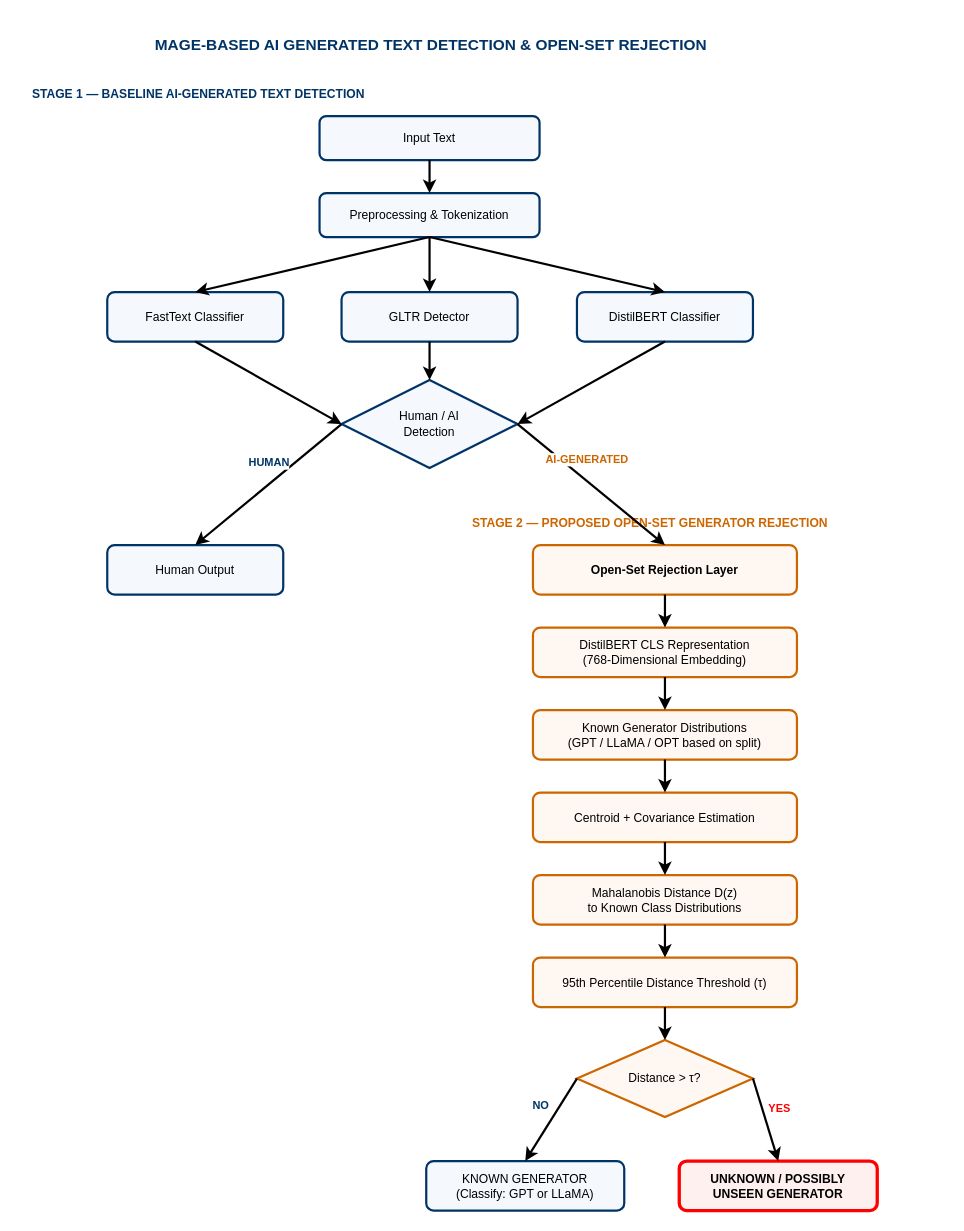
This is ourMiniBTP/architecture.drawio from wesley-2329/MAGE, a draw.io file, before an edit. Source tidied: cells renumbered, new cells numbered last; positions are measured from the earlier drawing's top-left corner, leaving out a move shared by most shapes. Both pictures are drawn from the tidied source at 110%, with x=0, y=0 at pixel (30, 28).
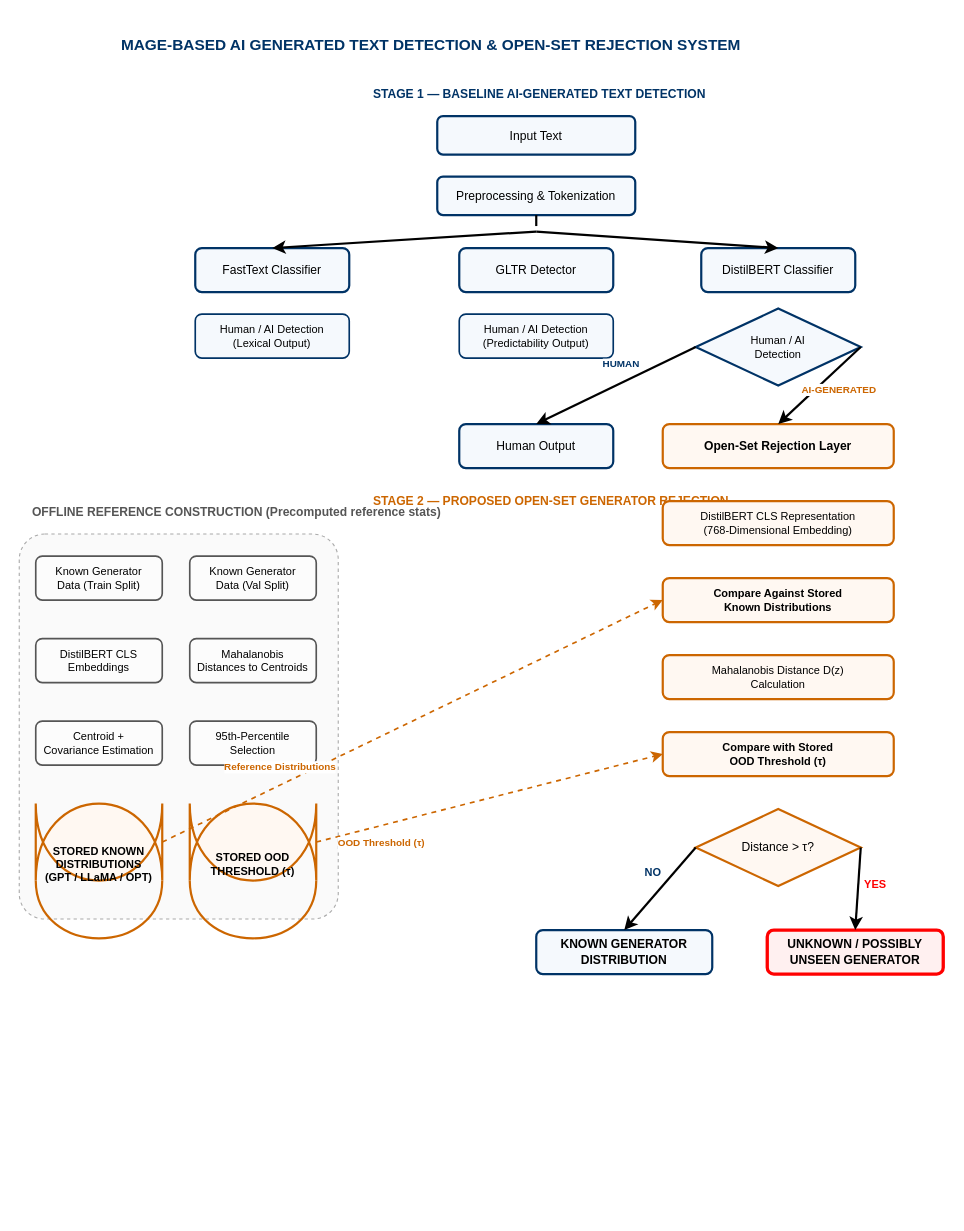
Above is the later version.

Commit message:
Update system architecture diagram with offline precomputation reference flows

Change to the diagram source:
```diff
@@
-    <mxCell id="2" value="MAGE-BASED AI GENERATED TEXT DETECTION &amp; OPEN-SET REJECTION" style="text;html=1;align=center;verticalAlign=middle;strokeColor=none;fillColor=none;fontSize=14;fontStyle=1;fontFamily=Helvetica;fontColor=#003366;" parent="1" vertex="1">
+    <mxCell id="2" value="MAGE-BASED AI GENERATED TEXT DETECTION &amp; OPEN-SET REJECTION SYSTEM" style="text;html=1;align=center;verticalAlign=middle;strokeColor=none;fillColor=none;fontSize=14;fontStyle=1;fontFamily=Helvetica;fontColor=#003366;" parent="1" vertex="1">
       <mxGeometry x="50" width="627" height="30" as="geometry" />
     </mxCell>
+    <mxCell id="38" value="OFFLINE REFERENCE CONSTRUCTION (Precomputed reference stats)" style="text;html=1;align=left;verticalAlign=middle;strokeColor=none;fillColor=none;fontSize=11;fontStyle=1;fontFamily=Helvetica;fontColor=#555555;" parent="1" vertex="1">
+      <mxGeometry y="430" width="400" height="20" as="geometry" />
+    </mxCell>
+    <mxCell id="39" style="rounded=1;arcSize=8;dashed=1;strokeColor=#aaaaaa;fillColor=#fafafa;strokeWidth=1;" parent="1" vertex="1">
+      <mxGeometry x="-10" y="460" width="290" height="350" as="geometry" />
+    </mxCell>
+    <mxCell id="40" value="Known Generator&#10;Data (Train Split)" style="rounded=1;whiteSpace=wrap;html=1;arcSize=15;strokeWidth=1.5;fontSize=10;fontFamily=Helvetica;strokeColor=#555555;fillColor=#fcfcfc;" parent="1" vertex="1">
+      <mxGeometry x="5" y="480" width="115" height="40" as="geometry" />
+    </mxCell>
+    <mxCell id="41" value="DistilBERT CLS&#10;Embeddings" style="rounded=1;whiteSpace=wrap;html=1;arcSize=15;strokeWidth=1.5;fontSize=10;fontFamily=Helvetica;strokeColor=#555555;fillColor=#fcfcfc;" parent="1" vertex="1">
+      <mxGeometry x="5" y="555" width="115" height="40" as="geometry" />
+    </mxCell>
+    <mxCell id="15" value="Centroid +&#10;Covariance Estimation" style="rounded=1;whiteSpace=wrap;html=1;arcSize=15;strokeWidth=1.5;fontSize=10;fontFamily=Helvetica;strokeColor=#555555;fillColor=#fcfcfc;" parent="1" vertex="1">
+      <mxGeometry x="5" y="630" width="115" height="40" as="geometry" />
+    </mxCell>
+    <mxCell id="42" value="STORED KNOWN&#10;DISTRIBUTIONS&#10;(GPT / LLaMA / OPT)" style="shape=cylinder;whiteSpace=wrap;html=1;boundedLbl=1;backgroundOutline=1;size=12;strokeWidth=2;fontSize=10;fontStyle=1;fontFamily=Helvetica;strokeColor=#cc6600;fillColor=#FFF8F2;" parent="1" vertex="1">
+      <mxGeometry x="5" y="705" width="115" height="70" as="geometry" />
+    </mxCell>
+    <mxCell id="43" value="Known Generator&#10;Data (Val Split)" style="rounded=1;whiteSpace=wrap;html=1;arcSize=15;strokeWidth=1.5;fontSize=10;fontFamily=Helvetica;strokeColor=#555555;fillColor=#fcfcfc;" parent="1" vertex="1">
+      <mxGeometry x="145" y="480" width="115" height="40" as="geometry" />
+    </mxCell>
+    <mxCell id="44" value="Mahalanobis&#10;Distances to Centroids" style="rounded=1;whiteSpace=wrap;html=1;arcSize=15;strokeWidth=1.5;fontSize=10;fontFamily=Helvetica;strokeColor=#555555;fillColor=#fcfcfc;" parent="1" vertex="1">
+      <mxGeometry x="145" y="555" width="115" height="40" as="geometry" />
+    </mxCell>
+    <mxCell id="45" value="95th-Percentile&#10;Selection" style="rounded=1;whiteSpace=wrap;html=1;arcSize=15;strokeWidth=1.5;fontSize=10;fontFamily=Helvetica;strokeColor=#555555;fillColor=#fcfcfc;" parent="1" vertex="1">
+      <mxGeometry x="145" y="630" width="115" height="40" as="geometry" />
+    </mxCell>
+    <mxCell id="46" value="STORED OOD&#10;THRESHOLD (τ)" style="shape=cylinder;whiteSpace=wrap;html=1;boundedLbl=1;backgroundOutline=1;size=12;strokeWidth=2;fontSize=10;fontStyle=1;fontFamily=Helvetica;strokeColor=#cc6600;fillColor=#FFF8F2;" parent="1" vertex="1">
+      <mxGeometry x="145" y="705" width="115" height="70" as="geometry" />
+    </mxCell>
+    <mxCell id="47" style="endArrow=classic;html=1;rounded=0;strokeWidth=1.5;exitX=0.5;exitY=1;entryX=0.5;entryY=0;" parent="1" edge="1" source="40" target="41" />
+    <mxCell id="48" style="endArrow=classic;html=1;rounded=0;strokeWidth=1.5;exitX=0.5;exitY=1;entryX=0.5;entryY=0;" parent="1" edge="1" source="41" target="15" />
+    <mxCell id="49" style="endArrow=classic;html=1;rounded=0;strokeWidth=1.5;exitX=0.5;exitY=1;entryX=0.5;entryY=0;" parent="1" edge="1" source="15" target="42" />
+    <mxCell id="50" style="endArrow=classic;html=1;rounded=0;strokeWidth=1.5;exitX=0.5;exitY=1;entryX=0.5;entryY=0;" parent="1" edge="1" source="43" target="44" />
+    <mxCell id="51" style="endArrow=classic;html=1;rounded=0;strokeWidth=1.5;exitX=0.5;exitY=1;entryX=0.5;entryY=0;" parent="1" edge="1" source="44" target="45" />
+    <mxCell id="52" style="endArrow=classic;html=1;rounded=0;strokeWidth=1.5;exitX=0.5;exitY=1;entryX=0.5;entryY=0;" parent="1" edge="1" source="45" target="46" />
     <mxCell id="3" value="STAGE 1 — BASELINE AI-GENERATED TEXT DETECTION" style="text;html=1;align=left;verticalAlign=middle;strokeColor=none;fillColor=none;fontSize=11;fontStyle=1;fontFamily=Helvetica;fontColor=#003366;" parent="1" vertex="1">
-      <mxGeometry y="50" width="400" height="20" as="geometry" />
+      <mxGeometry x="310" y="50" width="400" height="20" as="geometry" />
     </mxCell>
-    <mxCell id="4" value="STAGE 2 — PROPOSED OPEN-SET GENERATOR REJECTION" style="text;html=1;align=left;verticalAlign=middle;strokeColor=none;fillColor=none;fontSize=11;fontStyle=1;fontFamily=Helvetica;fontColor=#cc6600;" parent="1" vertex="1">
-      <mxGeometry x="400" y="440" width="350" height="20" as="geometry" />
-    </mxCell>
     <mxCell id="5" value="Input Text" style="rounded=1;whiteSpace=wrap;html=1;arcSize=15;strokeWidth=2;fontSize=11;fontFamily=Helvetica;strokeColor=#003366;fillColor=#F5F9FD;" parent="1" vertex="1">
-      <mxGeometry x="263" y="80" width="200" height="40" as="geometry" />
+      <mxGeometry x="370" y="80" width="180" height="35" as="geometry" />
     </mxCell>
     <mxCell id="6" value="Preprocessing &amp; Tokenization" style="rounded=1;whiteSpace=wrap;html=1;arcSize=15;strokeWidth=2;fontSize=11;fontFamily=Helvetica;strokeColor=#003366;fillColor=#F5F9FD;" parent="1" vertex="1">
-      <mxGeometry x="263" y="150" width="200" height="40" as="geometry" />
+      <mxGeometry x="370" y="135" width="180" height="35" as="geometry" />
     </mxCell>
     <mxCell id="7" value="FastText Classifier" style="rounded=1;whiteSpace=wrap;html=1;arcSize=15;strokeWidth=2;fontSize=11;fontFamily=Helvetica;strokeColor=#003366;fillColor=#F5F9FD;" parent="1" vertex="1">
-      <mxGeometry x="70" y="240" width="160" height="45" as="geometry" />
+      <mxGeometry x="150" y="200" width="140" height="40" as="geometry" />
     </mxCell>
+    <mxCell id="53" value="Human / AI Detection&#10;(Lexical Output)" style="rounded=1;whiteSpace=wrap;html=1;arcSize=15;strokeWidth=1.5;fontSize=10;fontFamily=Helvetica;strokeColor=#003366;fillColor=#F5F9FD;" parent="1" vertex="1">
+      <mxGeometry x="150" y="260" width="140" height="40" as="geometry" />
+    </mxCell>
     <mxCell id="8" value="GLTR Detector" style="rounded=1;whiteSpace=wrap;html=1;arcSize=15;strokeWidth=2;fontSize=11;fontFamily=Helvetica;strokeColor=#003366;fillColor=#F5F9FD;" parent="1" vertex="1">
-      <mxGeometry x="283" y="240" width="160" height="45" as="geometry" />
+      <mxGeometry x="390" y="200" width="140" height="40" as="geometry" />
     </mxCell>
+    <mxCell id="54" value="Human / AI Detection&#10;(Predictability Output)" style="rounded=1;whiteSpace=wrap;html=1;arcSize=15;strokeWidth=1.5;fontSize=10;fontFamily=Helvetica;strokeColor=#003366;fillColor=#F5F9FD;" parent="1" vertex="1">
+      <mxGeometry x="390" y="260" width="140" height="40" as="geometry" />
+    </mxCell>
     <mxCell id="9" value="DistilBERT Classifier" style="rounded=1;whiteSpace=wrap;html=1;arcSize=15;strokeWidth=2;fontSize=11;fontFamily=Helvetica;strokeColor=#003366;fillColor=#F5F9FD;" parent="1" vertex="1">
-      <mxGeometry x="497" y="240" width="160" height="45" as="geometry" />
+      <mxGeometry x="610" y="200" width="140" height="40" as="geometry" />
     </mxCell>
-    <mxCell id="10" value="Human / AI&#10;Detection" style="rhombus;whiteSpace=wrap;html=1;strokeWidth=2;fontSize=11;fontFamily=Helvetica;strokeColor=#003366;fillColor=#F5F9FD;" parent="1" vertex="1">
-      <mxGeometry x="283" y="320" width="160" height="80" as="geometry" />
+    <mxCell id="10" value="Human / AI&#10;Detection" style="rhombus;whiteSpace=wrap;html=1;strokeWidth=2;fontSize=10;fontFamily=Helvetica;strokeColor=#003366;fillColor=#F5F9FD;" parent="1" vertex="1">
+      <mxGeometry x="605" y="255" width="150" height="70" as="geometry" />
     </mxCell>
     <mxCell id="11" value="Human Output" style="rounded=1;whiteSpace=wrap;html=1;arcSize=15;strokeWidth=2;fontSize=11;fontFamily=Helvetica;strokeColor=#003366;fillColor=#F5F9FD;" parent="1" vertex="1">
-      <mxGeometry x="70" y="470" width="160" height="45" as="geometry" />
+      <mxGeometry x="390" y="360" width="140" height="40" as="geometry" />
     </mxCell>
+    <mxCell id="4" value="STAGE 2 — PROPOSED OPEN-SET GENERATOR REJECTION" style="text;html=1;align=left;verticalAlign=middle;strokeColor=none;fillColor=none;fontSize=11;fontStyle=1;fontFamily=Helvetica;fontColor=#cc6600;" parent="1" vertex="1">
+      <mxGeometry x="310" y="420" width="400" height="20" as="geometry" />
+    </mxCell>
     <mxCell id="12" value="Open-Set Rejection Layer" style="rounded=1;whiteSpace=wrap;html=1;arcSize=15;strokeWidth=2;fontSize=11;fontStyle=1;fontFamily=Helvetica;strokeColor=#cc6600;fillColor=#FFF8F2;" parent="1" vertex="1">
-      <mxGeometry x="457" y="470" width="240" height="45" as="geometry" />
+      <mxGeometry x="575" y="360" width="210" height="40" as="geometry" />
     </mxCell>
-    <mxCell id="13" value="DistilBERT CLS Representation&#10;(768-Dimensional Embedding)" style="rounded=1;whiteSpace=wrap;html=1;arcSize=15;strokeWidth=2;fontSize=11;fontFamily=Helvetica;strokeColor=#cc6600;fillColor=#FFF8F2;" parent="1" vertex="1">
-      <mxGeometry x="457" y="545" width="240" height="45" as="geometry" />
+    <mxCell id="13" value="DistilBERT CLS Representation&#10;(768-Dimensional Embedding)" style="rounded=1;whiteSpace=wrap;html=1;arcSize=15;strokeWidth=2;fontSize=10;fontFamily=Helvetica;strokeColor=#cc6600;fillColor=#FFF8F2;" parent="1" vertex="1">
+      <mxGeometry x="575" y="430" width="210" height="40" as="geometry" />
     </mxCell>
-    <mxCell id="14" value="Known Generator Distributions&#10;(GPT / LLaMA / OPT based on split)" style="rounded=1;whiteSpace=wrap;html=1;arcSize=15;strokeWidth=2;fontSize=11;fontFamily=Helvetica;strokeColor=#cc6600;fillColor=#FFF8F2;" parent="1" vertex="1">
-      <mxGeometry x="457" y="620" width="240" height="45" as="geometry" />
-    </mxCell>
-    <mxCell id="15" value="Centroid + Covariance Estimation" style="rounded=1;whiteSpace=wrap;html=1;arcSize=15;strokeWidth=2;fontSize=11;fontFamily=Helvetica;strokeColor=#cc6600;fillColor=#FFF8F2;" parent="1" vertex="1">
-      <mxGeometry x="457" y="695" width="240" height="45" as="geometry" />
-    </mxCell>
+    <mxCell id="55" value="Compare Against Stored&#10;Known Distributions" style="rounded=1;whiteSpace=wrap;html=1;arcSize=15;strokeWidth=2;fontSize=10;fontStyle=1;fontFamily=Helvetica;strokeColor=#cc6600;fillColor=#FFF8F2;" parent="1" vertex="1">
+      <mxGeometry x="575" y="500" width="210" height="40" as="geometry" />
+    </mxCell>
-    <mxCell id="16" value="Mahalanobis Distance D(z)&#10;to Known Class Distributions" style="rounded=1;whiteSpace=wrap;html=1;arcSize=15;strokeWidth=2;fontSize=11;fontFamily=Helvetica;strokeColor=#cc6600;fillColor=#FFF8F2;" parent="1" vertex="1">
-      <mxGeometry x="457" y="770" width="240" height="45" as="geometry" />
+    <mxCell id="16" value="Mahalanobis Distance D(z)&#10;Calculation" style="rounded=1;whiteSpace=wrap;html=1;arcSize=15;strokeWidth=2;fontSize=10;fontFamily=Helvetica;strokeColor=#cc6600;fillColor=#FFF8F2;" parent="1" vertex="1">
+      <mxGeometry x="575" y="570" width="210" height="40" as="geometry" />
     </mxCell>
-    <mxCell id="17" value="95th Percentile Distance Threshold (τ)" style="rounded=1;whiteSpace=wrap;html=1;arcSize=15;strokeWidth=2;fontSize=11;fontFamily=Helvetica;strokeColor=#cc6600;fillColor=#FFF8F2;" parent="1" vertex="1">
-      <mxGeometry x="457" y="845" width="240" height="45" as="geometry" />
-    </mxCell>
+    <mxCell id="56" value="Compare with Stored&#10;OOD Threshold (τ)" style="rounded=1;whiteSpace=wrap;html=1;arcSize=15;strokeWidth=2;fontSize=10;fontStyle=1;fontFamily=Helvetica;strokeColor=#cc6600;fillColor=#FFF8F2;" parent="1" vertex="1">
+      <mxGeometry x="575" y="640" width="210" height="40" as="geometry" />
+    </mxCell>
     <mxCell id="18" value="Distance &gt; τ?" style="rhombus;whiteSpace=wrap;html=1;strokeWidth=2;fontSize=11;fontFamily=Helvetica;strokeColor=#cc6600;fillColor=#FFF8F2;" parent="1" vertex="1">
-      <mxGeometry x="497" y="920" width="160" height="70" as="geometry" />
+      <mxGeometry x="605" y="710" width="150" height="70" as="geometry" />
     </mxCell>
-    <mxCell id="19" value="KNOWN GENERATOR&#10;(Classify: GPT or LLaMA)" style="rounded=1;whiteSpace=wrap;html=1;arcSize=15;strokeWidth=2;fontSize=11;fontFamily=Helvetica;strokeColor=#003366;fillColor=#F5F9FD;" parent="1" vertex="1">
-      <mxGeometry x="360" y="1030" width="180" height="45" as="geometry" />
-    </mxCell>
+    <mxCell id="57" value="KNOWN GENERATOR&#10;DISTRIBUTION" style="rounded=1;whiteSpace=wrap;html=1;arcSize=15;strokeWidth=2;fontSize=11;fontStyle=1;fontFamily=Helvetica;strokeColor=#003366;fillColor=#F5F9FD;" parent="1" vertex="1">
+      <mxGeometry x="460" y="820" width="160" height="40" as="geometry" />
+    </mxCell>
     <mxCell id="20" value="UNKNOWN / POSSIBLY&#10;UNSEEN GENERATOR" style="rounded=1;whiteSpace=wrap;html=1;arcSize=15;strokeWidth=3;fontSize=11;fontStyle=1;fontFamily=Helvetica;strokeColor=#FF0000;fillColor=#FFF0F0;" parent="1" vertex="1">
-      <mxGeometry x="590" y="1030" width="180" height="45" as="geometry" />
+      <mxGeometry x="670" y="820" width="160" height="40" as="geometry" />
     </mxCell>
-    <mxCell id="21" style="endArrow=classic;html=1;rounded=0;strokeWidth=2;exitX=0.5;exitY=1;exitDx=0;exitDy=0;entryX=0.5;entryY=0;entryDx=0;entryDy=0;" parent="1" edge="1" source="5" target="6">
-      <mxGeometry relative="1" as="geometry" />
-    </mxCell>
+    <mxCell id="21" style="endArrow=classic;html=1;rounded=0;strokeWidth=2;exitX=0.5;exitY=1;entryX=0.5;entryY=0;" parent="1" edge="1" source="5" target="6" />
-    <mxCell id="22" style="endArrow=classic;html=1;rounded=1;strokeWidth=2;exitX=0.5;exitY=1;exitDx=0;exitDy=0;entryX=0.5;entryY=0;entryDx=0;entryDy=0;" parent="1" edge="1" source="6" target="7">
-      <mxGeometry relative="1" as="geometry" />
-    </mxCell>
+    <mxCell id="58" style="endArrow=none;html=1;rounded=0;strokeWidth=2;exitX=0.5;exitY=1;entryX=0.5;entryY=0;" parent="1" edge="1" source="6">
+      <mxGeometry relative="1" as="geometry">
+        <mxPoint x="460" y="180" as="targetPoint" />
+      </mxGeometry>
+    </mxCell>
+    <mxCell id="59" style="endArrow=classic;html=1;rounded=1;strokeWidth=2;entryX=0.5;entryY=0;" parent="1" edge="1" target="7">
+      <mxGeometry relative="1" as="geometry">
+        <mxPoint x="460" y="185" as="sourcePoint" />
+      </mxGeometry>
+    </mxCell>
-    <mxCell id="23" style="endArrow=classic;html=1;rounded=0;strokeWidth=2;exitX=0.5;exitY=1;exitDx=0;exitDy=0;entryX=0.5;entryY=0;entryDx=0;entryDy=0;" parent="1" edge="1" source="6" target="8">
-      <mxGeometry relative="1" as="geometry" />
-    </mxCell>
+    <mxCell id="23" style="endArrow=classic;html=1;rounded=0;strokeWidth=2;entryX=0.5;entryY=0;exitX=0.5;exitY=1;" parent="1" edge="1" source="6" target="8" />
-    <mxCell id="24" style="endArrow=classic;html=1;rounded=1;strokeWidth=2;exitX=0.5;exitY=1;exitDx=0;exitDy=0;entryX=0.5;entryY=0;entryDx=0;entryDy=0;" parent="1" edge="1" source="6" target="9">
-      <mxGeometry relative="1" as="geometry" />
-    </mxCell>
-    <mxCell id="25" style="endArrow=classic;html=1;rounded=1;strokeWidth=2;exitX=0.5;exitY=1;exitDx=0;exitDy=0;entryX=0;entryY=0.5;entryDx=0;entryDy=0;" parent="1" edge="1" source="7" target="10">
-      <mxGeometry relative="1" as="geometry" />
-    </mxCell>
-    <mxCell id="26" style="endArrow=classic;html=1;rounded=0;strokeWidth=2;exitX=0.5;exitY=1;exitDx=0;exitDy=0;entryX=0.5;entryY=0;entryDx=0;entryDy=0;" parent="1" edge="1" source="8" target="10">
-      <mxGeometry relative="1" as="geometry" />
-    </mxCell>
+    <mxCell id="60" style="endArrow=classic;html=1;rounded=1;strokeWidth=2;entryX=0.5;entryY=0;" parent="1" edge="1" target="9">
+      <mxGeometry relative="1" as="geometry">
+        <mxPoint x="460" y="185" as="sourcePoint" />
+      </mxGeometry>
+    </mxCell>
+    <mxCell id="61" style="endArrow=classic;html=1;rounded=0;strokeWidth=2;exitX=0.5;exitY=1;entryX=0.5;entryY=0;" parent="1" edge="1" source="7" target="53" />
+    <mxCell id="62" style="endArrow=classic;html=1;rounded=0;strokeWidth=2;exitX=0.5;exitY=1;entryX=0.5;entryY=0;" parent="1" edge="1" source="8" target="54" />
-    <mxCell id="27" style="endArrow=classic;html=1;rounded=1;strokeWidth=2;exitX=0.5;exitY=1;exitDx=0;exitDy=0;entryX=1;entryY=0.5;entryDx=0;entryDy=0;" parent="1" edge="1" source="9" target="10">
-      <mxGeometry relative="1" as="geometry" />
-    </mxCell>
+    <mxCell id="27" style="endArrow=classic;html=1;rounded=0;strokeWidth=2;exitX=0.5;exitY=1;entryX=0.5;entryY=0;" parent="1" edge="1" source="9" target="10" />
-    <mxCell id="28" value="HUMAN" style="endArrow=classic;html=1;rounded=1;strokeWidth=2;exitX=0;exitY=0.5;exitDx=0;exitDy=0;entryX=0.5;entryY=0;entryDx=0;entryDy=0;fontSize=10;fontStyle=1;fontColor=#003366;" parent="1" edge="1" source="10" target="11">
+    <mxCell id="28" value="HUMAN" style="endArrow=classic;html=1;rounded=1;strokeWidth=2;exitX=0;exitY=0.5;entryX=0.5;entryY=0;fontSize=9;fontStyle=1;fontColor=#003366;" parent="1" edge="1" source="10" target="11">
       <mxGeometry x="-0.15" y="-15" relative="1" as="geometry" />
     </mxCell>
-    <mxCell id="29" value="AI-GENERATED" style="endArrow=classic;html=1;rounded=1;strokeWidth=2;exitX=1;exitY=0.5;exitDx=0;exitDy=0;entryX=0.5;entryY=0;entryDx=0;entryDy=0;fontSize=10;fontStyle=1;fontColor=#cc6600;" parent="1" edge="1" source="10" target="12">
+    <mxCell id="29" value="AI-GENERATED" style="endArrow=classic;html=1;rounded=1;strokeWidth=2;exitX=1;exitY=0.5;entryX=0.5;entryY=0;fontSize=9;fontStyle=1;fontColor=#cc6600;" parent="1" edge="1" source="10" target="12">
       <mxGeometry x="-0.2" y="15" relative="1" as="geometry" />
     </mxCell>
-    <mxCell id="30" style="endArrow=classic;html=1;rounded=0;strokeWidth=2;exitX=0.5;exitY=1;exitDx=0;exitDy=0;entryX=0.5;entryY=0;entryDx=0;entryDy=0;" parent="1" edge="1" source="12" target="13">
-      <mxGeometry relative="1" as="geometry" />
-    </mxCell>
+    <mxCell id="30" style="endArrow=classic;html=1;rounded=0;strokeWidth=2;exitX=0.5;exitY=1;entryX=0.5;entryY=0;" parent="1" edge="1" source="12" target="13" />
-    <mxCell id="31" style="endArrow=classic;html=1;rounded=0;strokeWidth=2;exitX=0.5;exitY=1;exitDx=0;exitDy=0;entryX=0.5;entryY=0;entryDx=0;entryDy=0;" parent="1" edge="1" source="13" target="14">
-      <mxGeometry relative="1" as="geometry" />
-    </mxCell>
-    <mxCell id="32" style="endArrow=classic;html=1;rounded=0;strokeWidth=2;exitX=0.5;exitY=1;exitDx=0;exitDy=0;entryX=0.5;entryY=0;entryDx=0;entryDy=0;" parent="1" edge="1" source="14" target="15">
-      <mxGeometry relative="1" as="geometry" />
-    </mxCell>
-    <mxCell id="33" style="endArrow=classic;html=1;rounded=0;strokeWidth=2;exitX=0.5;exitY=1;exitDx=0;exitDy=0;entryX=0.5;entryY=0;entryDx=0;entryDy=0;" parent="1" edge="1" source="15" target="16">
-      <mxGeometry relative="1" as="geometry" />
-    </mxCell>
-    <mxCell id="34" style="endArrow=classic;html=1;rounded=0;strokeWidth=2;exitX=0.5;exitY=1;exitDx=0;exitDy=0;entryX=0.5;entryY=0;entryDx=0;entryDy=0;" parent="1" edge="1" source="16" target="17">
-      <mxGeometry relative="1" as="geometry" />
-    </mxCell>
-    <mxCell id="35" style="endArrow=classic;html=1;rounded=0;strokeWidth=2;exitX=0.5;exitY=1;exitDx=0;exitDy=0;entryX=0.5;entryY=0;entryDx=0;entryDy=0;" parent="1" edge="1" source="17" target="18">
-      <mxGeometry relative="1" as="geometry" />
-    </mxCell>
+    <mxCell id="63" style="endArrow=classic;html=1;rounded=0;strokeWidth=2;exitX=0.5;exitY=1;entryX=0.5;entryY=0;" parent="1" edge="1" source="13" target="55" />
+    <mxCell id="64" style="endArrow=classic;html=1;rounded=0;strokeWidth=2;exitX=0.5;exitY=1;entryX=0.5;entryY=0;" parent="1" edge="1" source="55" target="16" />
+    <mxCell id="65" style="endArrow=classic;html=1;rounded=0;strokeWidth=2;exitX=0.5;exitY=1;entryX=0.5;entryY=0;" parent="1" edge="1" source="16" target="56" />
+    <mxCell id="66" style="endArrow=classic;html=1;rounded=0;strokeWidth=2;exitX=0.5;exitY=1;entryX=0.5;entryY=0;" parent="1" edge="1" source="56" target="18" />
-    <mxCell id="36" value="NO" style="endArrow=classic;html=1;rounded=1;strokeWidth=2;exitX=0;exitY=0.5;exitDx=0;exitDy=0;entryX=0.5;entryY=0;entryDx=0;entryDy=0;fontSize=10;fontStyle=1;fontColor=#003366;" parent="1" edge="1" source="18" target="19">
+    <mxCell id="36" value="NO" style="endArrow=classic;html=1;rounded=1;strokeWidth=2;exitX=0;exitY=0.5;entryX=0.5;entryY=0;fontSize=10;fontStyle=1;fontColor=#003366;" parent="1" edge="1" source="18" target="57">
       <mxGeometry x="-0.15" y="-15" relative="1" as="geometry" />
     </mxCell>
-    <mxCell id="37" value="YES" style="endArrow=classic;html=1;rounded=1;strokeWidth=2;exitX=1;exitY=0.5;exitDx=0;exitDy=0;entryX=0.5;entryY=0;entryDx=0;entryDy=0;fontSize=10;fontStyle=1;fontColor=#FF0000;" parent="1" edge="1" source="18" target="20">
+    <mxCell id="37" value="YES" style="endArrow=classic;html=1;rounded=1;strokeWidth=2;exitX=1;exitY=0.5;entryX=0.5;entryY=0;fontSize=10;fontStyle=1;fontColor=#FF0000;" parent="1" edge="1" source="18" target="20">
       <mxGeometry x="-0.15" y="15" relative="1" as="geometry" />
     </mxCell>
+    <mxCell id="67" value="Reference Distributions" style="endArrow=classic;html=1;rounded=1;strokeWidth=1.5;dashed=1;exitX=1;exitY=0.5;entryX=0;entryY=0.5;strokeColor=#cc6600;fontSize=9;fontStyle=1;fontColor=#cc6600;" parent="1" edge="1" source="42" target="55">
+      <mxGeometry x="-0.5" y="15" relative="1" as="geometry" />
+    </mxCell>
+    <mxCell id="68" value="OOD Threshold (τ)" style="endArrow=classic;html=1;rounded=1;strokeWidth=1.5;dashed=1;exitX=1;exitY=0.5;entryX=0;entryY=0.5;strokeColor=#cc6600;fontSize=9;fontStyle=1;fontColor=#cc6600;" parent="1" edge="1" source="46" target="56">
+      <mxGeometry x="-0.65" y="-15" relative="1" as="geometry" />
+    </mxCell>
```
